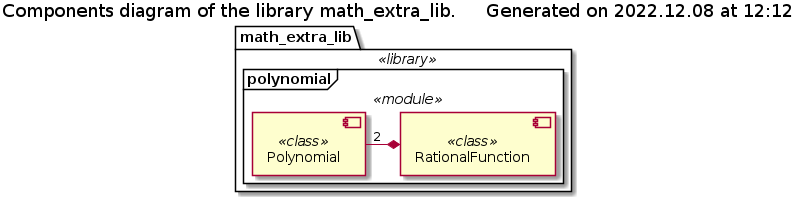
The PlantUML diagram Documentation/UML/library_components.png in FooBarShebang/math_extra_lib, before a commit. The source it was exported from:
```plantuml
@startuml library_components

!if %not(%variable_exists("$COMPONENTS"))
    !include ./Templates/Components2.cuml
!endif

title Components diagram of the library math_extra_lib. $generated()

$library(math_extra_lib) {
    !if $is_not_defined("$POLYNOMIAL_COMPONENTS")
        !include ./polynomial/polynomial_components.iuml
    !endif
}
@enduml
```
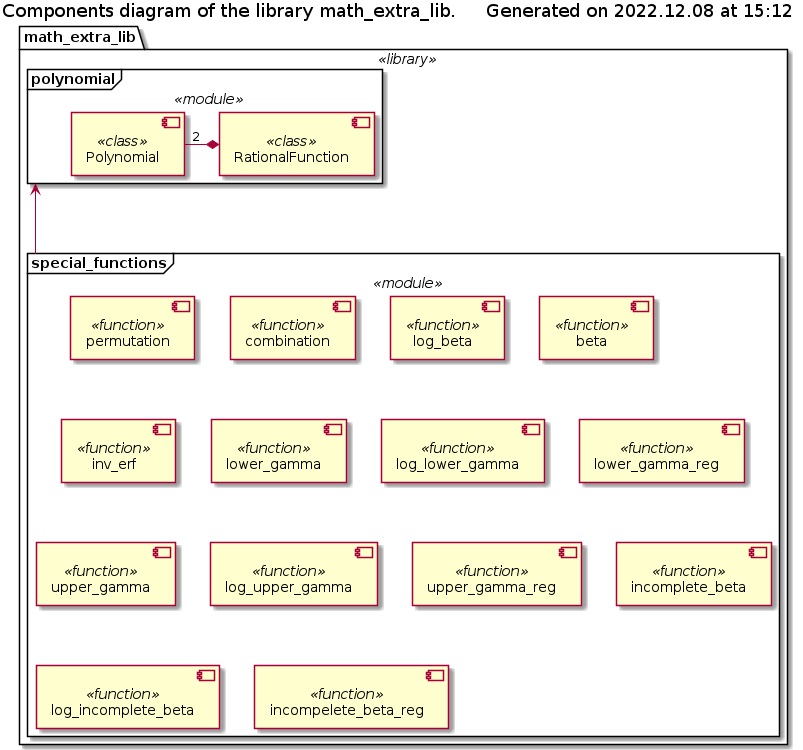
The same diagram one commit later.

Change to the diagram source:
```diff
@@ -10,5 +10,11 @@
     !if $is_not_defined("$POLYNOMIAL_COMPONENTS")
         !include ./polynomial/polynomial_components.iuml
     !endif
+
+    !if $is_not_defined("$SPECIAL_FUNCTIONS")
+        !include ./special_functions/special_functions_components.iuml
+    !endif
+
+    polynomial <--- special_functions
 }
 @enduml
```
